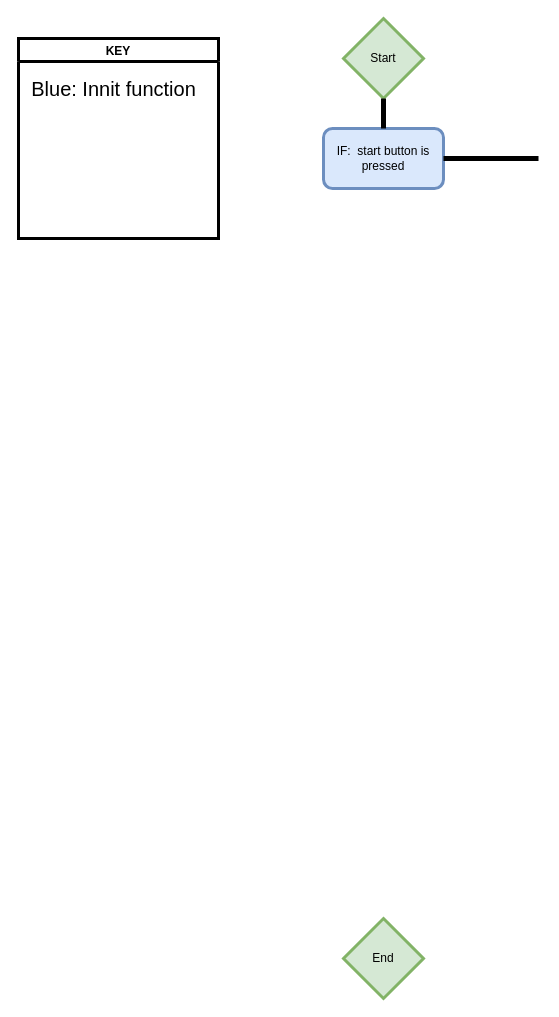
santinx07/adventurePark keeps this draw.io diagram as adventurePark.drawio. Above is the earlier version. Source tidied: cells renumbered, new cells numbered last; positions are measured from the earlier drawing's top-left corner, leaving out a move shared by most shapes. Both pictures are drawn from the tidied source at 100%, with x=0, y=0 at pixel (18, 18).
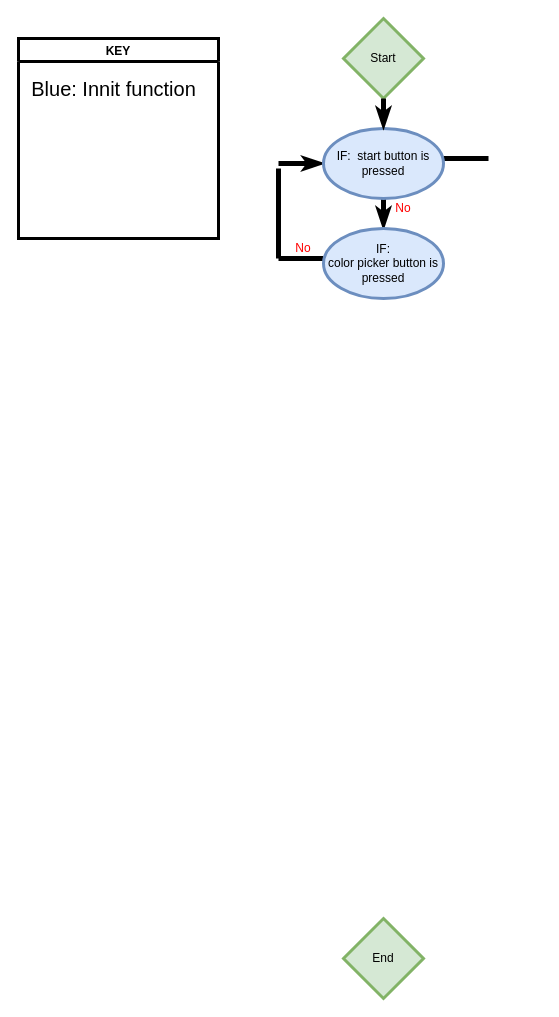
The same diagram, later.

The change refers to these unchanged cells:
```xml
<mxCell id="2" value="Start" style="rhombus;whiteSpace=wrap;html=1;fillColor=#d5e8d4;strokeColor=#82b366;strokeWidth=3;" parent="1" vertex="1">
  <mxGeometry x="325" width="80" height="80" as="geometry" />
</mxCell>
```

Diff of the diagram source:
```diff
@@
-    <mxCell id="3" value="IF:&amp;nbsp; start button is pressed" style="rounded=1;whiteSpace=wrap;html=1;strokeWidth=3;fillColor=#dae8fc;strokeColor=#6c8ebf;" parent="1" vertex="1">
-      <mxGeometry x="305" y="110" width="120" height="60" as="geometry" />
-    </mxCell>
@@
-    <mxCell id="7" style="endArrow=none;html=1;entryX=0.5;entryY=1;entryDx=0;entryDy=0;strokeWidth=5;" parent="1" edge="1" target="2">
-      <mxGeometry relative="1" as="geometry">
-        <mxPoint x="365" y="110" as="sourcePoint" />
-      </mxGeometry>
-    </mxCell>
-    <mxCell id="8" style="endArrow=none;html=1;strokeColor=#000000;strokeWidth=5;entryX=1;entryY=0.5;entryDx=0;entryDy=0;" parent="1" edge="1" target="3">
+    <mxCell id="8" style="endArrow=none;html=1;strokeColor=#000000;strokeWidth=5;entryX=1;entryY=0.5;entryDx=0;entryDy=0;exitX=0.5;exitY=1;exitDx=0;exitDy=0;" parent="1" edge="1">
       <mxGeometry relative="1" as="geometry">
-        <mxPoint x="520" y="140" as="sourcePoint" />
+        <mxPoint x="470" y="140" as="sourcePoint" />
+        <mxPoint x="425" y="140" as="targetPoint" />
       </mxGeometry>
     </mxCell>
+    <mxCell id="9" style="endArrow=none;html=1;entryX=0.5;entryY=1;entryDx=0;entryDy=0;strokeWidth=5;endFill=0;startArrow=classicThin;startFill=1;" parent="1" edge="1">
+      <mxGeometry relative="1" as="geometry">
+        <mxPoint x="365" y="210" as="sourcePoint" />
+        <mxPoint x="365" y="170" as="targetPoint" />
+      </mxGeometry>
+    </mxCell>
+    <mxCell id="10" style="endArrow=none;html=1;strokeWidth=5;exitX=0;exitY=0.5;exitDx=0;exitDy=0;" parent="1" edge="1">
+      <mxGeometry relative="1" as="geometry">
+        <mxPoint x="305" y="240" as="sourcePoint" />
+        <mxPoint x="260" y="240" as="targetPoint" />
+      </mxGeometry>
+    </mxCell>
+    <mxCell id="11" style="endArrow=none;html=1;strokeWidth=5;" parent="1" edge="1">
+      <mxGeometry relative="1" as="geometry">
+        <mxPoint x="260" y="240" as="sourcePoint" />
+        <mxPoint x="260" y="150" as="targetPoint" />
+      </mxGeometry>
+    </mxCell>
+    <mxCell id="12" style="endArrow=classicThin;html=1;strokeWidth=5;entryX=0;entryY=0.5;entryDx=0;entryDy=0;startArrow=none;startFill=0;endFill=1;" parent="1" edge="1" target="3">
+      <mxGeometry relative="1" as="geometry">
+        <mxPoint x="260" y="145" as="sourcePoint" />
+      </mxGeometry>
+    </mxCell>
+    <mxCell id="13" value="&lt;font color=&quot;#ff0000&quot;&gt;No&lt;/font&gt;" style="text;html=1;strokeColor=none;fillColor=none;align=center;verticalAlign=middle;whiteSpace=wrap;rounded=0;" parent="1" vertex="1">
+      <mxGeometry x="265" y="220" width="40" height="20" as="geometry" />
+    </mxCell>
+    <mxCell id="14" value="&lt;font color=&quot;#ff0000&quot;&gt;No&lt;/font&gt;" style="text;html=1;strokeColor=none;fillColor=none;align=center;verticalAlign=middle;whiteSpace=wrap;rounded=0;" parent="1" vertex="1">
+      <mxGeometry x="365" y="180" width="40" height="20" as="geometry" />
+    </mxCell>
+    <mxCell id="3" value="&lt;span&gt;IF:&amp;nbsp; start button is pressed&lt;/span&gt;" style="ellipse;whiteSpace=wrap;html=1;fillColor=#dae8fc;strokeColor=#6c8ebf;strokeWidth=3;" parent="1" vertex="1">
+      <mxGeometry x="305" y="110" width="120" height="70" as="geometry" />
+    </mxCell>
+    <mxCell id="15" style="endArrow=none;html=1;entryX=0.5;entryY=1;entryDx=0;entryDy=0;strokeWidth=5;startArrow=classicThin;startFill=1;" parent="1" edge="1">
+      <mxGeometry relative="1" as="geometry">
+        <mxPoint x="365" y="110" as="sourcePoint" />
+        <mxPoint x="365" y="80" as="targetPoint" />
+      </mxGeometry>
+    </mxCell>
+    <mxCell id="16" value="&lt;span&gt;IF: &lt;br&gt;color picker button is pressed&lt;/span&gt;" style="ellipse;whiteSpace=wrap;html=1;fillColor=#dae8fc;strokeColor=#6c8ebf;strokeWidth=3;" parent="1" vertex="1">
+      <mxGeometry x="305" y="210" width="120" height="70" as="geometry" />
+    </mxCell>
```
